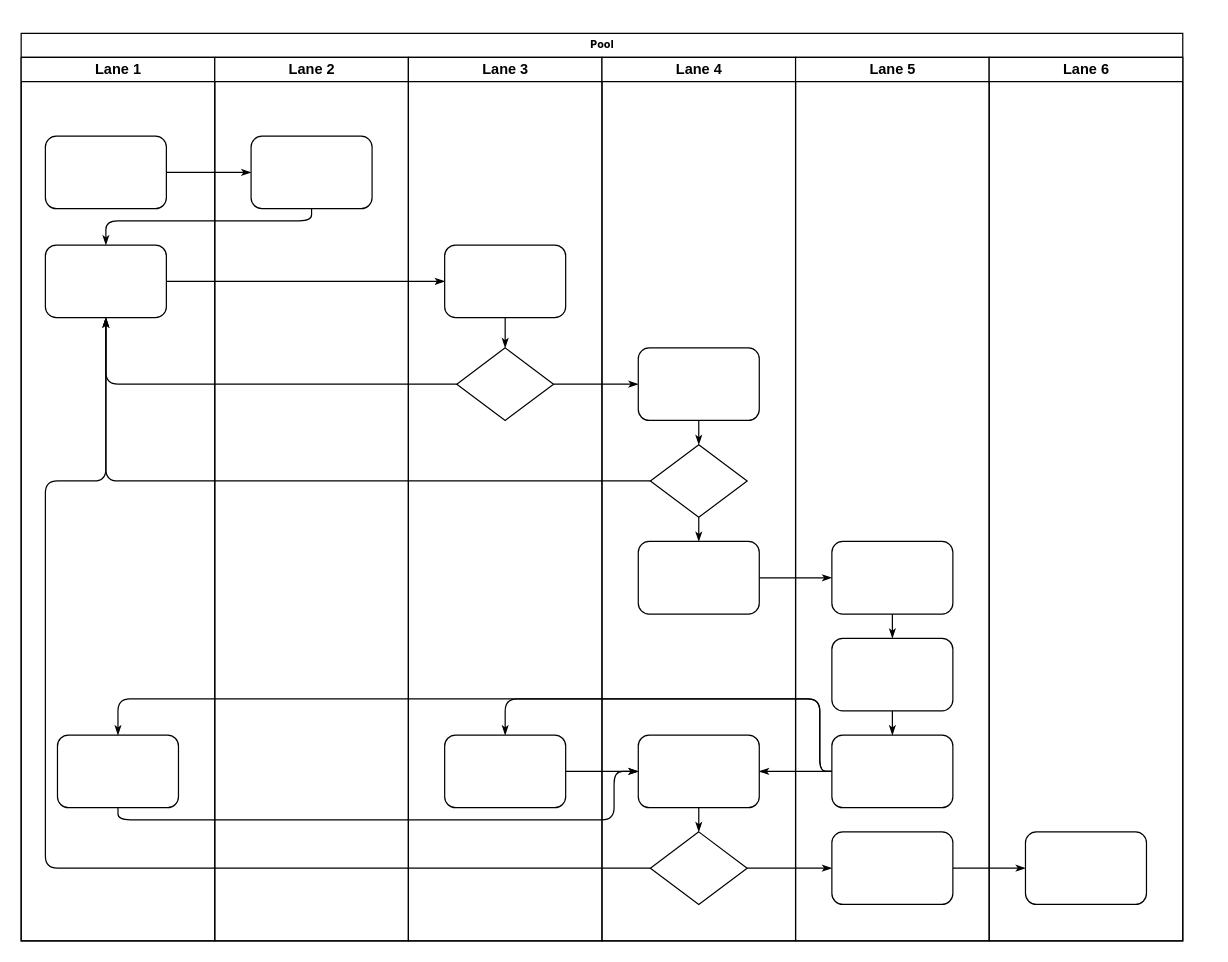
Above: 未命名绘图.drawio in Mr-Frank-Zhao/draw.io (draw.io), before the change. Source tidied: cells renumbered, new cells numbered last; positions are measured from the earlier drawing's top-left corner, leaving out a move shared by most shapes. Both pictures are drawn from the tidied source at 121%, with x=0, y=0 at pixel (21, 33).
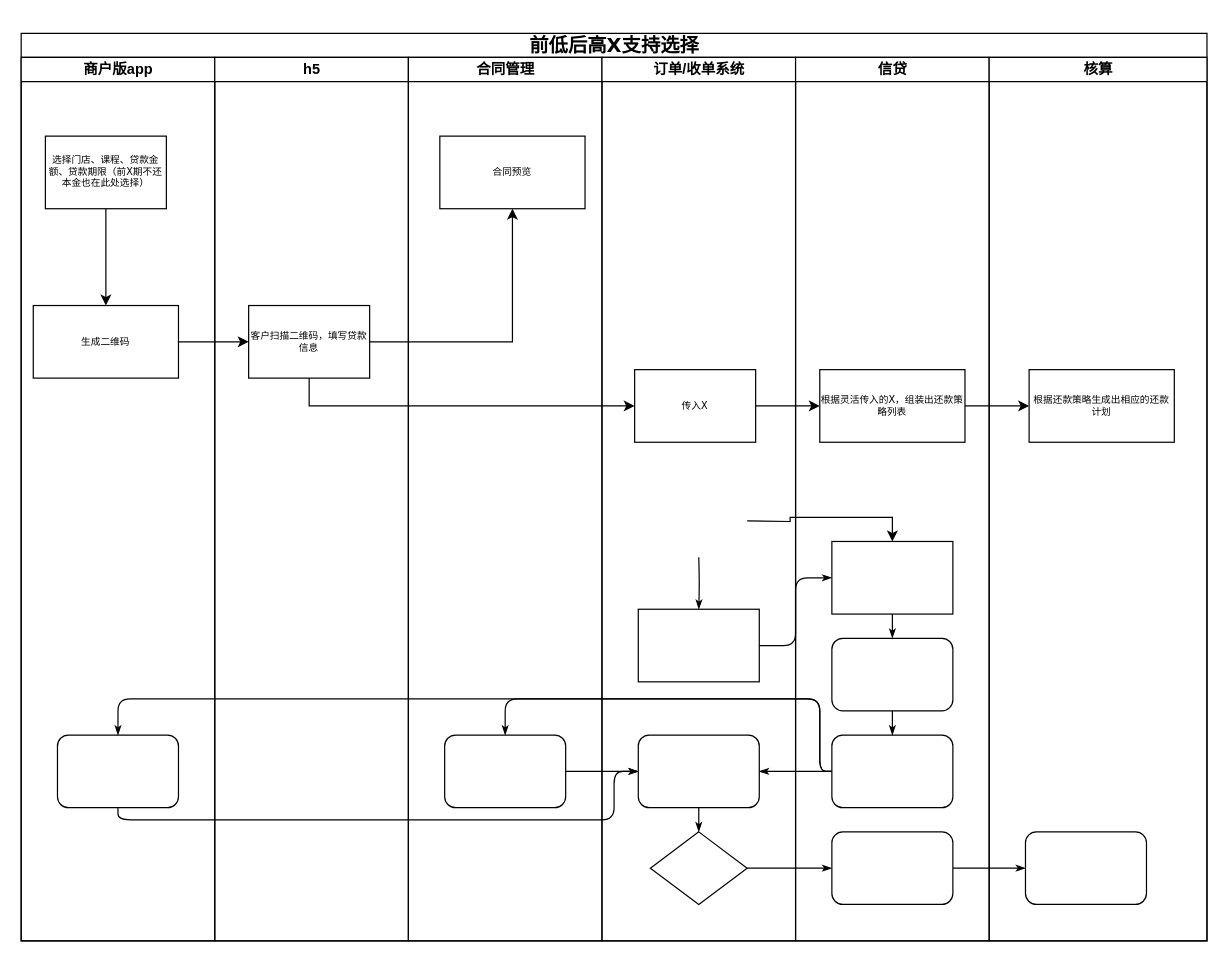
The same page after the edit.

The change refers to these unchanged cells:
```xml
<mxCell id="34" style="rhombus;whiteSpace=wrap;html=1;rounded=0;shadow=0;labelBackgroundColor=none;strokeWidth=1;fontFamily=Verdana;fontSize=8;align=center;" parent="29" vertex="1">
  <mxGeometry x="40" y="640" width="80" height="60" as="geometry" />
</mxCell>
```

Diff of the diagram source:
```diff
@@
-    <mxCell id="2" value="Pool" style="swimlane;html=1;startSize=20;rounded=0;shadow=0;labelBackgroundColor=none;strokeWidth=1;fontFamily=Verdana;fontSize=8;align=center;" parent="1" vertex="1">
-      <mxGeometry width="960" height="750" as="geometry" />
+    <mxCell id="2" value="&lt;h1&gt;前低后高X支持选择&lt;/h1&gt;" style="swimlane;html=1;startSize=20;rounded=0;shadow=0;labelBackgroundColor=none;strokeWidth=1;fontFamily=Verdana;fontSize=8;align=center;" parent="1" vertex="1">
+      <mxGeometry width="980" height="750" as="geometry" />
     </mxCell>
-    <mxCell id="3" value="Lane 1" style="swimlane;html=1;startSize=20;" parent="2" vertex="1">
+    <mxCell id="3" value="商户版app" style="swimlane;html=1;startSize=20;" parent="2" vertex="1">
       <mxGeometry y="20" width="160" height="730" as="geometry" />
     </mxCell>
+    <mxCell id="47" style="edgeStyle=orthogonalEdgeStyle;rounded=0;jettySize=auto;html=1;" parent="3" edge="1" source="4" target="48">
+      <mxGeometry relative="1" as="geometry" />
+    </mxCell>
-    <mxCell id="4" style="rounded=1;whiteSpace=wrap;html=1;shadow=0;labelBackgroundColor=none;strokeWidth=1;fontFamily=Verdana;fontSize=8;align=center;" parent="3" vertex="1">
+    <mxCell id="4" value="选择门店、课程、贷款金额、贷款期限（前X期不还本金也在此处选择）" style="rounded=0;whiteSpace=wrap;html=1;shadow=0;labelBackgroundColor=none;strokeWidth=1;fontFamily=Verdana;fontSize=8;align=center;" parent="3" vertex="1">
       <mxGeometry x="20" y="65" width="100" height="60" as="geometry" />
     </mxCell>
-    <mxCell id="5" style="rounded=1;whiteSpace=wrap;html=1;shadow=0;labelBackgroundColor=none;strokeWidth=1;fontFamily=Verdana;fontSize=8;align=center;" parent="3" vertex="1">
-      <mxGeometry x="20" y="155" width="100" height="60" as="geometry" />
-    </mxCell>
@@
-    <mxCell id="7" style="edgeStyle=orthogonalEdgeStyle;rounded=1;html=1;labelBackgroundColor=none;startArrow=none;startFill=0;startSize=5;endArrow=classicThin;endFill=1;endSize=5;jettySize=auto;strokeWidth=1;fontFamily=Verdana;fontSize=8;" parent="2" edge="1" source="4" target="23">
-      <mxGeometry relative="1" as="geometry" />
-    </mxCell>
-    <mxCell id="8" style="edgeStyle=orthogonalEdgeStyle;rounded=1;html=1;labelBackgroundColor=none;startArrow=none;startFill=0;startSize=5;endArrow=classicThin;endFill=1;endSize=5;jettySize=auto;strokeWidth=1;fontFamily=Verdana;fontSize=8;" parent="2" edge="1" source="23" target="5">
-      <mxGeometry relative="1" as="geometry">
-        <Array as="points">
-          <mxPoint x="240" y="155" />
-          <mxPoint x="70" y="155" />
-        </Array>
-      </mxGeometry>
-    </mxCell>
-    <mxCell id="9" style="edgeStyle=orthogonalEdgeStyle;rounded=1;html=1;labelBackgroundColor=none;startArrow=none;startFill=0;startSize=5;endArrow=classicThin;endFill=1;endSize=5;jettySize=auto;strokeWidth=1;fontFamily=Verdana;fontSize=8;" parent="2" edge="1" source="5" target="25">
-      <mxGeometry relative="1" as="geometry" />
-    </mxCell>
-    <mxCell id="10" style="edgeStyle=orthogonalEdgeStyle;rounded=1;html=1;labelBackgroundColor=none;startArrow=none;startFill=0;startSize=5;endArrow=classicThin;endFill=1;endSize=5;jettySize=auto;strokeWidth=1;fontFamily=Verdana;fontSize=8;" parent="2" edge="1" source="26" target="5">
-      <mxGeometry relative="1" as="geometry" />
-    </mxCell>
-    <mxCell id="11" style="edgeStyle=orthogonalEdgeStyle;rounded=1;html=1;labelBackgroundColor=none;startArrow=none;startFill=0;startSize=5;endArrow=classicThin;endFill=1;endSize=5;jettySize=auto;strokeWidth=1;fontFamily=Verdana;fontSize=8;" parent="2" edge="1" source="31" target="5">
-      <mxGeometry relative="1" as="geometry" />
-    </mxCell>
-    <mxCell id="12" style="edgeStyle=orthogonalEdgeStyle;rounded=1;html=1;labelBackgroundColor=none;startArrow=none;startFill=0;startSize=5;endArrow=classicThin;endFill=1;endSize=5;jettySize=auto;strokeWidth=1;fontFamily=Verdana;fontSize=8;" parent="2" edge="1" source="34" target="5">
-      <mxGeometry relative="1" as="geometry">
-        <Array as="points">
-          <mxPoint x="20" y="690" />
-          <mxPoint x="20" y="370" />
-          <mxPoint x="70" y="370" />
-        </Array>
-      </mxGeometry>
-    </mxCell>
-    <mxCell id="13" style="edgeStyle=orthogonalEdgeStyle;rounded=1;html=1;labelBackgroundColor=none;startArrow=none;startFill=0;startSize=5;endArrow=classicThin;endFill=1;endSize=5;jettySize=auto;strokeWidth=1;fontFamily=Verdana;fontSize=8;" parent="2" edge="1" source="26" target="30">
-      <mxGeometry relative="1" as="geometry" />
-    </mxCell>
+    <mxCell id="48" value="生成二维码" style="whiteSpace=wrap;html=1;fontSize=8;fontFamily=Verdana;rounded=0;shadow=0;labelBackgroundColor=none;strokeWidth=1;" parent="3" vertex="1">
+      <mxGeometry x="10" y="205" width="120" height="60" as="geometry" />
+    </mxCell>
@@
-    <mxCell id="22" value="Lane 2" style="swimlane;html=1;startSize=20;" parent="2" vertex="1">
+    <mxCell id="22" value="h5" style="swimlane;html=1;startSize=20;" parent="2" vertex="1">
       <mxGeometry x="160" y="20" width="160" height="730" as="geometry" />
     </mxCell>
-    <mxCell id="23" style="rounded=1;whiteSpace=wrap;html=1;shadow=0;labelBackgroundColor=none;strokeWidth=1;fontFamily=Verdana;fontSize=8;align=center;" parent="22" vertex="1">
-      <mxGeometry x="30" y="65" width="100" height="60" as="geometry" />
+    <mxCell id="23" value="客户扫描二维码，填写贷款信息" style="rounded=0;whiteSpace=wrap;html=1;shadow=0;labelBackgroundColor=none;strokeWidth=1;fontFamily=Verdana;fontSize=8;align=center;" parent="22" vertex="1">
+      <mxGeometry x="28" y="205" width="100" height="60" as="geometry" />
     </mxCell>
-    <mxCell id="24" value="Lane 3" style="swimlane;html=1;startSize=20;" parent="2" vertex="1">
+    <mxCell id="24" value="合同管理" style="swimlane;html=1;startSize=20;" parent="2" vertex="1">
       <mxGeometry x="320" y="20" width="160" height="730" as="geometry" />
     </mxCell>
-    <mxCell id="25" style="rounded=1;whiteSpace=wrap;html=1;shadow=0;labelBackgroundColor=none;strokeWidth=1;fontFamily=Verdana;fontSize=8;align=center;" parent="24" vertex="1">
-      <mxGeometry x="30" y="155" width="100" height="60" as="geometry" />
-    </mxCell>
-    <mxCell id="26" style="rhombus;whiteSpace=wrap;html=1;rounded=0;shadow=0;labelBackgroundColor=none;strokeWidth=1;fontFamily=Verdana;fontSize=8;align=center;" parent="24" vertex="1">
-      <mxGeometry x="40" y="240" width="80" height="60" as="geometry" />
-    </mxCell>
@@
-    <mxCell id="28" style="edgeStyle=orthogonalEdgeStyle;rounded=1;html=1;labelBackgroundColor=none;startArrow=none;startFill=0;startSize=5;endArrow=classicThin;endFill=1;endSize=5;jettySize=auto;strokeWidth=1;fontFamily=Verdana;fontSize=8;" parent="24" edge="1" source="25" target="26">
-      <mxGeometry relative="1" as="geometry" />
-    </mxCell>
+    <mxCell id="49" value="合同预览" style="whiteSpace=wrap;html=1;fontSize=8;fontFamily=Verdana;rounded=0;shadow=0;labelBackgroundColor=none;strokeWidth=1;" parent="24" vertex="1">
+      <mxGeometry x="26" y="65" width="120" height="60" as="geometry" />
+    </mxCell>
-    <mxCell id="29" value="Lane 4" style="swimlane;html=1;startSize=20;" parent="2" vertex="1">
+    <mxCell id="29" value="订单/收单系统" style="swimlane;html=1;startSize=20;" parent="2" vertex="1">
       <mxGeometry x="480" y="20" width="160" height="730" as="geometry" />
     </mxCell>
-    <mxCell id="30" style="rounded=1;whiteSpace=wrap;html=1;shadow=0;labelBackgroundColor=none;strokeWidth=1;fontFamily=Verdana;fontSize=8;align=center;" parent="29" vertex="1">
-      <mxGeometry x="30" y="240" width="100" height="60" as="geometry" />
+    <mxCell id="30" value="传入X" style="rounded=0;whiteSpace=wrap;html=1;shadow=0;labelBackgroundColor=none;strokeWidth=1;fontFamily=Verdana;fontSize=8;align=center;" parent="29" vertex="1">
+      <mxGeometry x="27" y="258" width="100" height="60" as="geometry" />
     </mxCell>
-    <mxCell id="31" style="rhombus;whiteSpace=wrap;html=1;rounded=0;shadow=0;labelBackgroundColor=none;strokeWidth=1;fontFamily=Verdana;fontSize=8;align=center;" parent="29" vertex="1">
-      <mxGeometry x="40" y="320" width="80" height="60" as="geometry" />
-    </mxCell>
-    <mxCell id="32" style="rounded=1;whiteSpace=wrap;html=1;shadow=0;labelBackgroundColor=none;strokeWidth=1;fontFamily=Verdana;fontSize=8;align=center;" parent="29" vertex="1">
-      <mxGeometry x="30" y="400" width="100" height="60" as="geometry" />
+    <mxCell id="32" style="rounded=0;whiteSpace=wrap;html=1;shadow=0;labelBackgroundColor=none;strokeWidth=1;fontFamily=Verdana;fontSize=8;align=center;" parent="29" vertex="1">
+      <mxGeometry x="30" y="456" width="100" height="60" as="geometry" />
     </mxCell>
@@
-    <mxCell id="35" style="edgeStyle=orthogonalEdgeStyle;rounded=1;html=1;labelBackgroundColor=none;startArrow=none;startFill=0;startSize=5;endArrow=classicThin;endFill=1;endSize=5;jettySize=auto;strokeColor=#000000;strokeWidth=1;fontFamily=Verdana;fontSize=8;fontColor=#000000;" parent="29" edge="1" source="30" target="31">
-      <mxGeometry relative="1" as="geometry" />
-    </mxCell>
-    <mxCell id="36" style="edgeStyle=orthogonalEdgeStyle;rounded=1;html=1;labelBackgroundColor=none;startArrow=none;startFill=0;startSize=5;endArrow=classicThin;endFill=1;endSize=5;jettySize=auto;strokeWidth=1;fontFamily=Verdana;fontSize=8;" parent="29" edge="1" source="31" target="32">
-      <mxGeometry relative="1" as="geometry" />
+    <mxCell id="36" style="edgeStyle=orthogonalEdgeStyle;rounded=1;html=1;labelBackgroundColor=none;startArrow=none;startFill=0;startSize=5;endArrow=classicThin;endFill=1;endSize=5;jettySize=auto;strokeWidth=1;fontFamily=Verdana;fontSize=8;" parent="29" edge="1" target="32">
+      <mxGeometry relative="1" as="geometry">
+        <mxPoint x="80" y="413" as="sourcePoint" />
+      </mxGeometry>
     </mxCell>
@@
-    <mxCell id="38" value="Lane 5" style="swimlane;html=1;startSize=20;" parent="2" vertex="1">
+    <mxCell id="38" value="信贷" style="swimlane;html=1;startSize=20;" parent="2" vertex="1">
       <mxGeometry x="640" y="20" width="160" height="730" as="geometry" />
     </mxCell>
-    <mxCell id="39" style="rounded=1;whiteSpace=wrap;html=1;shadow=0;labelBackgroundColor=none;strokeWidth=1;fontFamily=Verdana;fontSize=8;align=center;" parent="38" vertex="1">
+    <mxCell id="39" style="rounded=0;whiteSpace=wrap;html=1;shadow=0;labelBackgroundColor=none;strokeWidth=1;fontFamily=Verdana;fontSize=8;align=center;" parent="38" vertex="1">
       <mxGeometry x="30" y="400" width="100" height="60" as="geometry" />
     </mxCell>
@@
+    <mxCell id="50" value="根据灵活传入的X，组装出还款策略列表" style="whiteSpace=wrap;html=1;fontSize=8;fontFamily=Verdana;rounded=0;shadow=0;labelBackgroundColor=none;strokeWidth=1;" parent="38" vertex="1">
+      <mxGeometry x="20" y="258" width="120" height="60" as="geometry" />
+    </mxCell>
-    <mxCell id="45" value="Lane 6" style="swimlane;html=1;startSize=20;" parent="2" vertex="1">
-      <mxGeometry x="800" y="20" width="160" height="730" as="geometry" />
+    <mxCell id="45" value="核算" style="swimlane;html=1;startSize=20;" parent="2" vertex="1">
+      <mxGeometry x="800" y="20" width="180" height="730" as="geometry" />
     </mxCell>
@@
+    <mxCell id="51" value="根据还款策略生成出相应的还款计划" style="whiteSpace=wrap;html=1;fontSize=8;fontFamily=Verdana;rounded=0;shadow=0;labelBackgroundColor=none;strokeWidth=1;" parent="45" vertex="1">
+      <mxGeometry x="33" y="258" width="120" height="60" as="geometry" />
+    </mxCell>
+    <mxCell id="52" style="edgeStyle=orthogonalEdgeStyle;rounded=0;jettySize=auto;html=1;" parent="2" edge="1" source="23" target="49">
+      <mxGeometry relative="1" as="geometry" />
+    </mxCell>
+    <mxCell id="53" style="edgeStyle=orthogonalEdgeStyle;rounded=0;jettySize=auto;html=1;exitX=1;exitY=0.5;exitDx=0;exitDy=0;entryX=0;entryY=0.5;entryDx=0;entryDy=0;" parent="2" edge="1" source="48" target="23">
+      <mxGeometry relative="1" as="geometry" />
+    </mxCell>
+    <mxCell id="54" style="edgeStyle=orthogonalEdgeStyle;rounded=0;jettySize=auto;html=1;exitX=0.5;exitY=1;exitDx=0;exitDy=0;entryX=0;entryY=0.5;entryDx=0;entryDy=0;" parent="2" edge="1" source="23" target="30">
+      <mxGeometry relative="1" as="geometry" />
+    </mxCell>
+    <mxCell id="55" style="edgeStyle=orthogonalEdgeStyle;rounded=0;jettySize=auto;html=1;" parent="2" edge="1" target="39">
+      <mxGeometry relative="1" as="geometry">
+        <mxPoint x="600" y="403" as="sourcePoint" />
+      </mxGeometry>
+    </mxCell>
+    <mxCell id="56" style="edgeStyle=orthogonalEdgeStyle;rounded=0;jettySize=auto;html=1;" parent="2" edge="1" source="30" target="50">
+      <mxGeometry relative="1" as="geometry" />
+    </mxCell>
+    <mxCell id="57" style="edgeStyle=orthogonalEdgeStyle;rounded=0;jettySize=auto;html=1;" parent="2" edge="1" source="50" target="51">
+      <mxGeometry relative="1" as="geometry" />
+    </mxCell>
```
